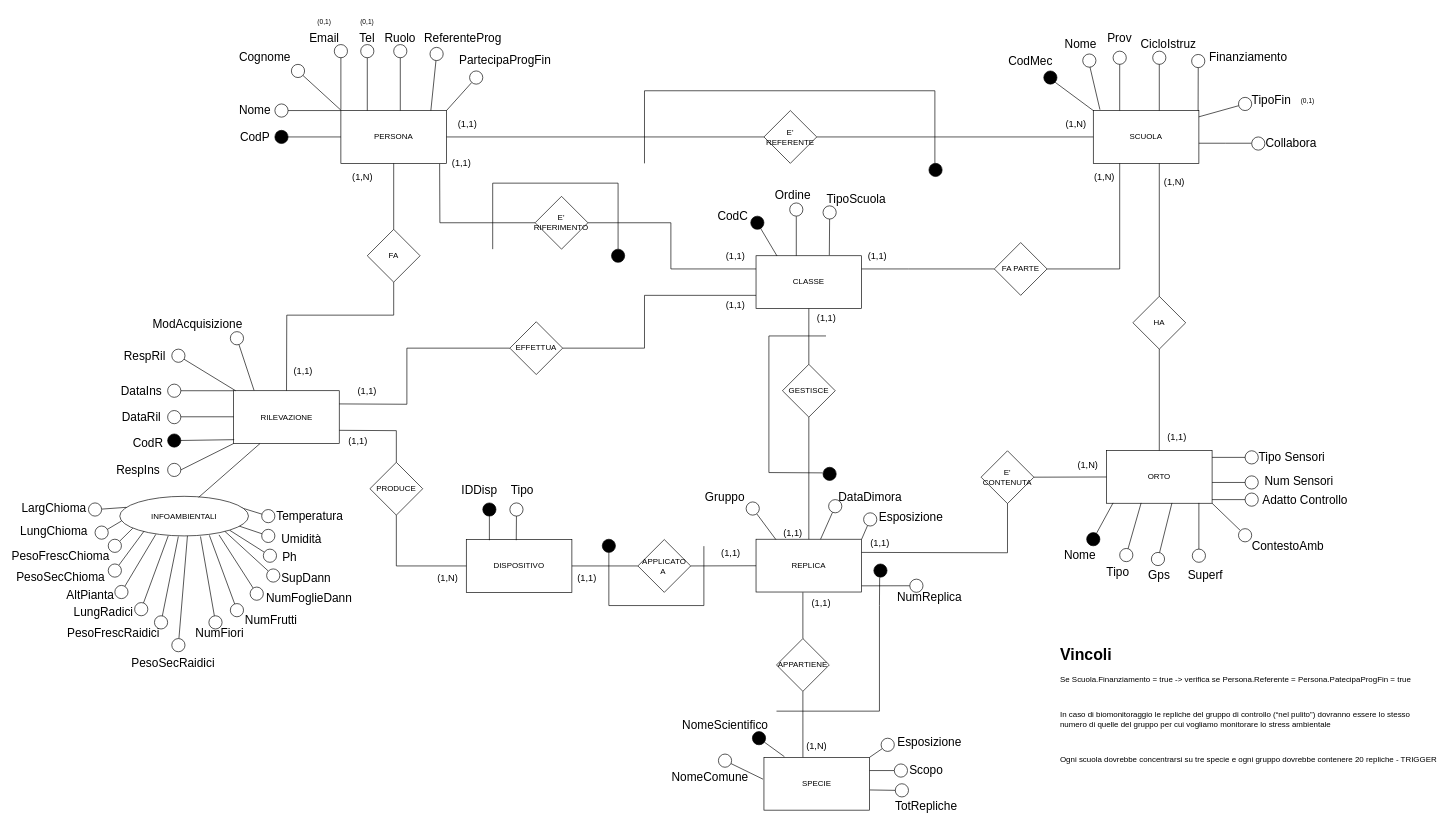
Before: BD_ER_Massimo_2023.drawio in pizzo-kyle/unige, a draw.io diagram. Source tidied: cells renumbered, new cells numbered last; positions are measured from the earlier drawing's top-left corner, leaving out a move shared by most shapes. Both pictures are drawn from the tidied source at 66%, with x=0, y=0 at pixel (38, 11).
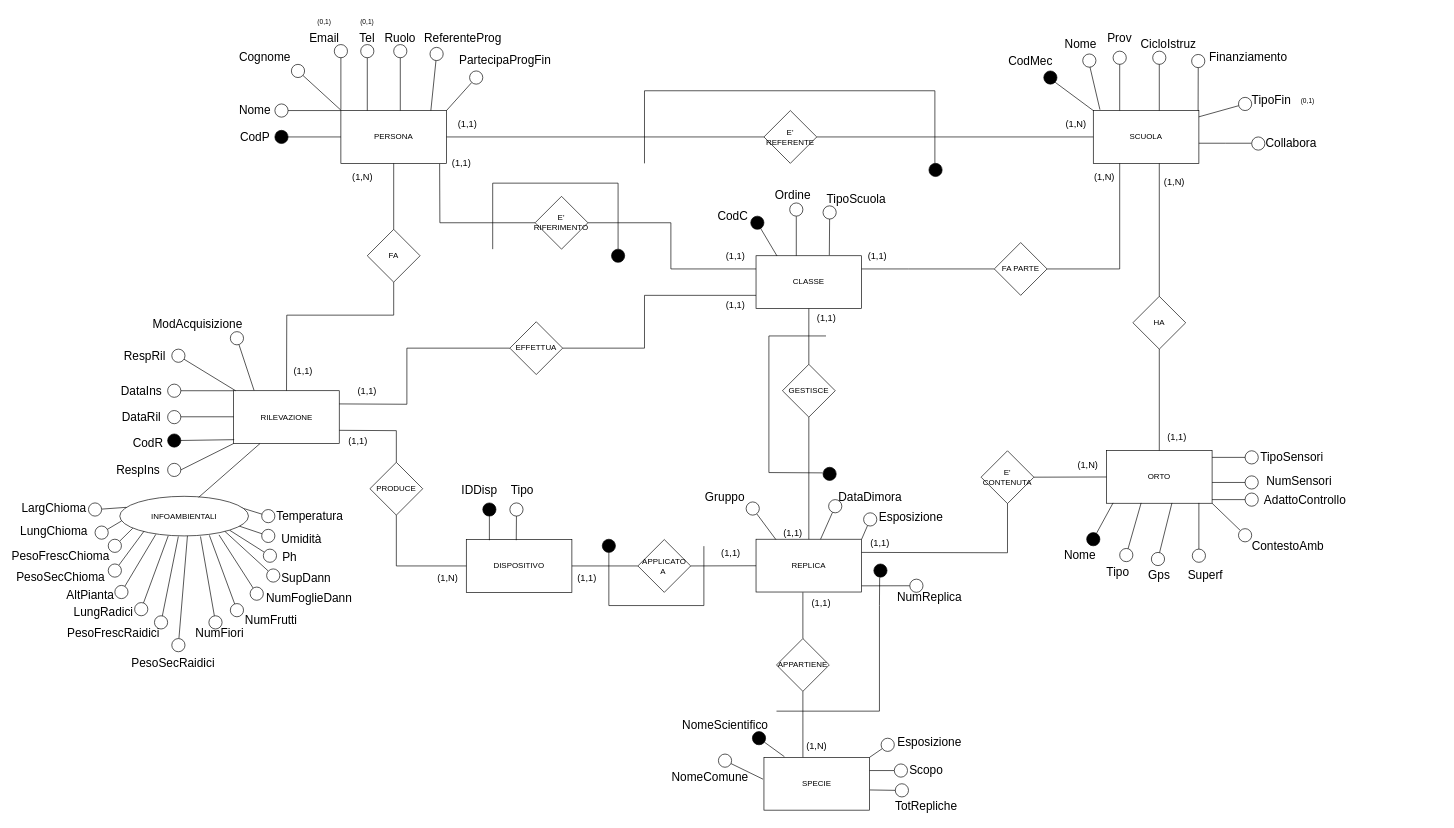
Above is the later version.

The edit, as a diff of the source:
```diff
@@
-    <mxCell id="105" value="&lt;span style=&quot;font-size: 18px;&quot;&gt;Num Sensori&lt;/span&gt;" style="text;html=1;strokeColor=none;fillColor=none;align=center;verticalAlign=middle;whiteSpace=wrap;rounded=0;" parent="1" vertex="1">
+    <mxCell id="105" value="&lt;span style=&quot;font-size: 18px;&quot;&gt;NumSensori&lt;/span&gt;" style="text;html=1;strokeColor=none;fillColor=none;align=center;verticalAlign=middle;whiteSpace=wrap;rounded=0;" parent="1" vertex="1">
       <mxGeometry x="1852" y="697" width="116" height="30" as="geometry" />
     </mxCell>
@@
-    <mxCell id="197" value="&lt;span style=&quot;font-size: 18px;&quot;&gt;Tipo Sensori&lt;/span&gt;" style="text;html=1;strokeColor=none;fillColor=none;align=center;verticalAlign=middle;whiteSpace=wrap;rounded=0;" parent="1" vertex="1">
+    <mxCell id="197" value="&lt;span style=&quot;font-size: 18px;&quot;&gt;TipoSensori&lt;/span&gt;" style="text;html=1;strokeColor=none;fillColor=none;align=center;verticalAlign=middle;whiteSpace=wrap;rounded=0;" parent="1" vertex="1">
       <mxGeometry x="1834" y="660.5" width="130" height="30" as="geometry" />
     </mxCell>
@@
-    <mxCell id="250" value="&lt;h1&gt;&lt;span style=&quot;&quot;&gt;Vincoli&lt;/span&gt;&lt;/h1&gt;&lt;p&gt;&lt;span style=&quot;&quot;&gt;Se Scuola.Finanziamento = true -&amp;gt; verifica se Persona.Referente = Persona.PatecipaProgFin = true&lt;/span&gt;&lt;/p&gt;&lt;p&gt;&lt;span style=&quot;&quot;&gt;&lt;br&gt;&lt;/span&gt;&lt;/p&gt;&lt;p&gt;&lt;span style=&quot;&quot;&gt;In caso di biomonitoraggio le repliche del gruppo di controllo (“nel pulito”) dovranno essere lo stesso&lt;br&gt;numero di quelle del gruppo per cui vogliamo monitorare lo stress ambientale&lt;br&gt;&lt;/span&gt;&lt;/p&gt;&lt;p&gt;&lt;span style=&quot;&quot;&gt;&lt;br&gt;&lt;/span&gt;&lt;/p&gt;&lt;p&gt;&lt;span style=&quot;&quot;&gt;Ogni scuola dovrebbe concentrarsi su tre specie e ogni gruppo dovrebbe contenere 20 repliche - TRIGGER&lt;br&gt;&lt;/span&gt;&lt;/p&gt;&lt;p&gt;&lt;span style=&quot;&quot;&gt;&lt;br&gt;&lt;/span&gt;&lt;/p&gt;&lt;p&gt;&lt;br&gt;&lt;/p&gt;" style="text;html=1;spacing=5;spacingTop=-20;whiteSpace=wrap;overflow=hidden;rounded=0;labelBackgroundColor=#FFFFFF;" parent="1" vertex="1">
-      <mxGeometry x="1543" y="954.5" width="585" height="225.5" as="geometry" />
-    </mxCell>
@@
-    <mxCell id="254" value="&lt;span style=&quot;font-size: 18px;&quot;&gt;Adatto Controllo&lt;/span&gt;" style="text;html=1;strokeColor=none;fillColor=none;align=center;verticalAlign=middle;whiteSpace=wrap;rounded=0;" parent="1" vertex="1">
+    <mxCell id="254" value="&lt;span style=&quot;font-size: 18px;&quot;&gt;AdattoControllo&lt;/span&gt;" style="text;html=1;strokeColor=none;fillColor=none;align=center;verticalAlign=middle;whiteSpace=wrap;rounded=0;" parent="1" vertex="1">
       <mxGeometry x="1852" y="724.5" width="134" height="30" as="geometry" />
     </mxCell>
```
